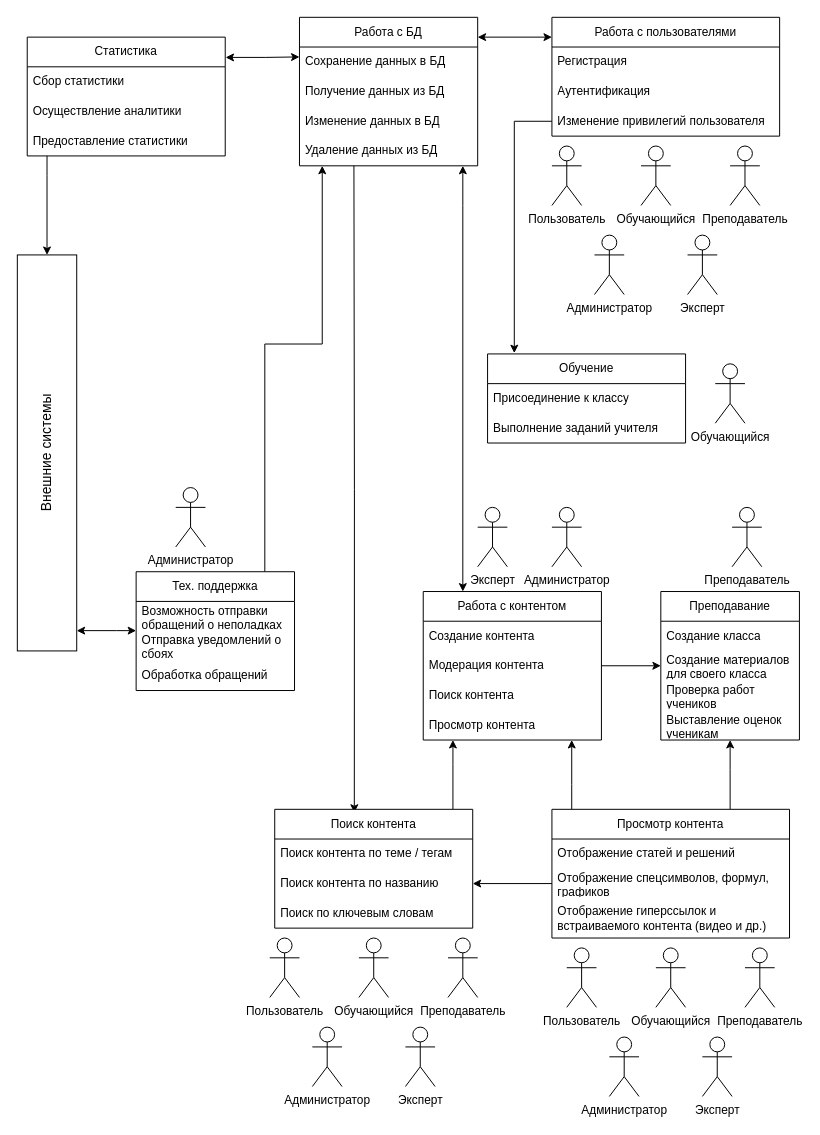
Above: ПИС_3_1.drawio in v-tempe/draw.io (draw.io), before the change. Source tidied: cells renumbered, new cells numbered last; positions are measured from the earlier drawing's top-left corner, leaving out a move shared by most shapes. Both pictures are drawn from the tidied source at 99%, with x=0, y=0 at pixel (-151, 17).
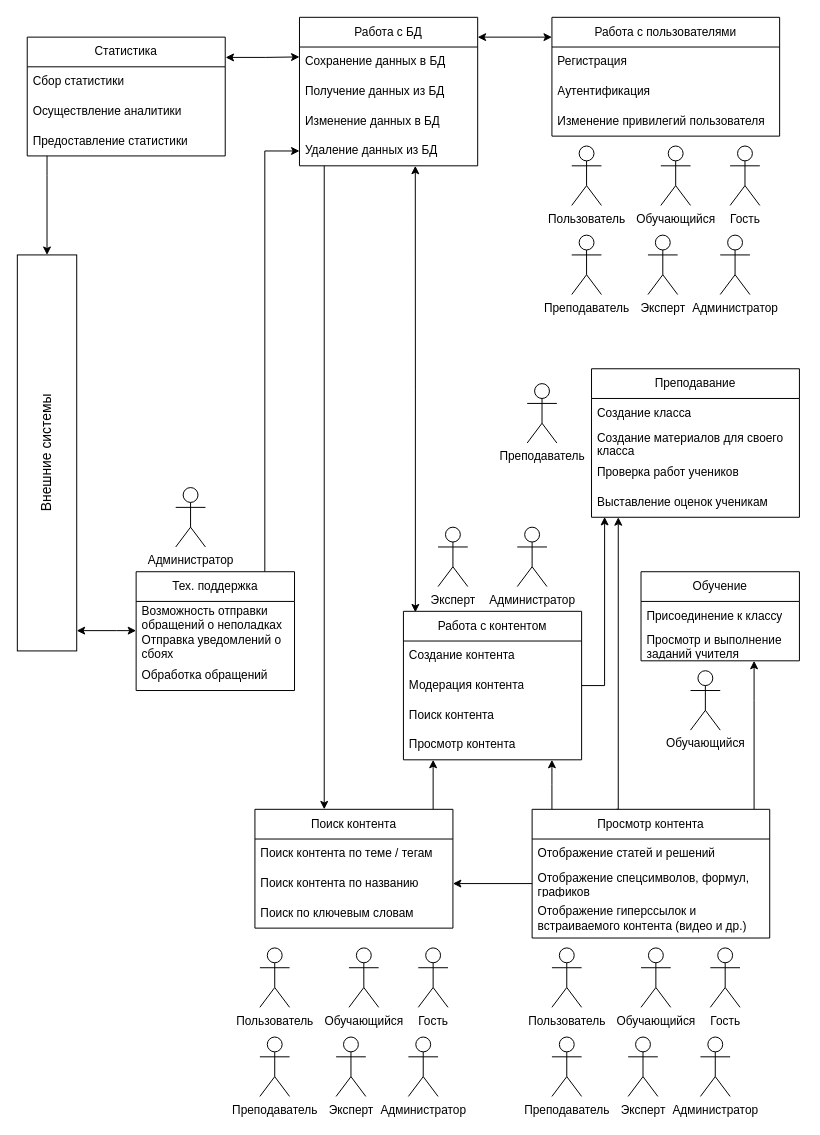
The same page after the edit.

Unchanged cells that the change refers to:
```xml
<mxCell id="14" value="Работа с БД" style="swimlane;fontStyle=0;horizontal=1;startSize=30;whiteSpace=wrap;html=1;" parent="1" vertex="1">
  <mxGeometry x="455" width="180" height="150" as="geometry" />
</mxCell>
<mxCell id="18" value="Удаление данных из БД" style="text;strokeColor=none;fillColor=none;align=left;verticalAlign=middle;spacingLeft=4;spacingRight=4;overflow=hidden;points=[[0,0.5],[1,0.5]];portConstraint=eastwest;whiteSpace=wrap;html=1;" parent="14" vertex="1">
  <mxGeometry y="120" width="180" height="30" as="geometry" />
</mxCell>
<mxCell id="22" value="Модерация контента" style="text;strokeColor=none;fillColor=none;align=left;verticalAlign=middle;spacingLeft=4;spacingRight=4;overflow=hidden;points=[[0,0.5],[1,0.5]];portConstraint=eastwest;whiteSpace=wrap;html=1;" parent="20" vertex="1">
  <mxGeometry y="60" width="180" height="30" as="geometry" />
</mxCell>
<mxCell id="34" value="Отображение спецсимволов, формул, графиков" style="text;strokeColor=none;fillColor=none;align=left;verticalAlign=middle;spacingLeft=4;spacingRight=4;overflow=hidden;points=[[0,0.5],[1,0.5]];portConstraint=eastwest;whiteSpace=wrap;html=1;" parent="32" vertex="1">
  <mxGeometry y="60" width="240" height="30" as="geometry" />
</mxCell>
<mxCell id="39" value="Изменение привилегий пользователя" style="text;strokeColor=none;fillColor=none;align=left;verticalAlign=middle;spacingLeft=4;spacingRight=4;overflow=hidden;points=[[0,0.5],[1,0.5]];portConstraint=eastwest;whiteSpace=wrap;html=1;" parent="36" vertex="1">
  <mxGeometry y="90" width="230" height="30" as="geometry" />
</mxCell>
```

Diff of the diagram source:
```diff
@@
     <mxCell id="2" value="Администратор" style="shape=umlActor;verticalLabelPosition=bottom;verticalAlign=top;html=1;" parent="1" vertex="1">
-      <mxGeometry x="710" y="495" width="30" height="60" as="geometry" />
+      <mxGeometry x="675" y="515" width="30" height="60" as="geometry" />
     </mxCell>
     <mxCell id="3" value="Эксперт" style="shape=umlActor;verticalLabelPosition=bottom;verticalAlign=top;html=1;" parent="1" vertex="1">
-      <mxGeometry x="635" y="495" width="30" height="60" as="geometry" />
+      <mxGeometry x="595" y="515" width="30" height="60" as="geometry" />
     </mxCell>
-    <mxCell id="4" value="Преподаватель" style="shape=umlActor;verticalLabelPosition=bottom;verticalAlign=top;html=1;" parent="1" vertex="1">
-      <mxGeometry x="905" y="940" width="30" height="60" as="geometry" />
-    </mxCell>
-    <mxCell id="5" value="Обучающийся" style="shape=umlActor;verticalLabelPosition=bottom;verticalAlign=top;html=1;" parent="1" vertex="1">
-      <mxGeometry x="815" y="940" width="30" height="60" as="geometry" />
-    </mxCell>
-    <mxCell id="6" value="Пользователь" style="shape=umlActor;verticalLabelPosition=bottom;verticalAlign=top;html=1;" parent="1" vertex="1">
-      <mxGeometry x="725" y="940" width="30" height="60" as="geometry" />
-    </mxCell>
@@
-    <mxCell id="8" style="edgeStyle=orthogonalEdgeStyle;rounded=0;orthogonalLoop=1;jettySize=auto;html=1;exitX=0.75;exitY=0;exitDx=0;exitDy=0;" parent="1" edge="1">
+    <mxCell id="8" style="edgeStyle=orthogonalEdgeStyle;rounded=0;jettySize=auto;html=1;exitX=0.75;exitY=0;exitDx=0;exitDy=0;entryX=0;entryY=0.5;entryDx=0;entryDy=0;" parent="1" edge="1" target="18">
       <mxGeometry relative="1" as="geometry">
         <mxPoint x="420" y="560" as="sourcePoint" />
-        <mxPoint x="478" y="150" as="targetPoint" />
         <Array as="points">
-          <mxPoint x="420" y="330" />
-          <mxPoint x="478" y="330" />
+          <mxPoint x="420" y="135" />
         </Array>
       </mxGeometry>
     </mxCell>
@@
-    <mxCell id="13" style="edgeStyle=orthogonalEdgeStyle;rounded=0;orthogonalLoop=1;jettySize=auto;html=1;entryX=0.602;entryY=0.028;entryDx=0;entryDy=0;entryPerimeter=0;" parent="1" edge="1">
+    <mxCell id="13" style="edgeStyle=orthogonalEdgeStyle;rounded=0;jettySize=auto;html=1;" parent="1" edge="1" target="26">
       <mxGeometry relative="1" as="geometry">
-        <mxPoint x="510" y="150" as="sourcePoint" />
-        <mxPoint x="510.4" y="803.4" as="targetPoint" />
+        <mxPoint x="480" y="150" as="sourcePoint" />
+        <Array as="points">
+          <mxPoint x="480" y="630" />
+          <mxPoint x="480" y="630" />
+        </Array>
       </mxGeometry>
     </mxCell>
@@
-    <mxCell id="19" style="edgeStyle=orthogonalEdgeStyle;rounded=0;jettySize=auto;html=1;startArrow=classic;startFill=1;" parent="1" edge="1" source="20" target="14">
+    <mxCell id="19" style="edgeStyle=orthogonalEdgeStyle;rounded=0;jettySize=auto;html=1;startArrow=classic;startFill=1;exitX=0.067;exitY=0.007;exitDx=0;exitDy=0;exitPerimeter=0;" parent="1" edge="1" source="20">
       <mxGeometry relative="1" as="geometry">
-        <Array as="points">
-          <mxPoint x="620" y="190" />
-          <mxPoint x="620" y="190" />
-        </Array>
+        <mxPoint x="572" y="150" as="targetPoint" />
       </mxGeometry>
     </mxCell>
     <mxCell id="20" value="Работа с контентом" style="swimlane;fontStyle=0;horizontal=1;startSize=30;whiteSpace=wrap;html=1;" parent="1" vertex="1">
-      <mxGeometry x="580" y="580" width="180" height="150" as="geometry" />
+      <mxGeometry x="560" y="600" width="180" height="150" as="geometry" />
     </mxCell>
@@
     <mxCell id="25" style="edgeStyle=orthogonalEdgeStyle;rounded=0;jettySize=auto;html=1;" parent="1" edge="1" source="26" target="20">
       <mxGeometry relative="1" as="geometry">
         <Array as="points">
-          <mxPoint x="610" y="755" />
-          <mxPoint x="610" y="755" />
+          <mxPoint x="590" y="755" />
+          <mxPoint x="590" y="755" />
         </Array>
       </mxGeometry>
     </mxCell>
     <mxCell id="26" value="Поиск контента" style="swimlane;fontStyle=0;horizontal=1;startSize=30;whiteSpace=wrap;html=1;" parent="1" vertex="1">
-      <mxGeometry x="430" y="800" width="200" height="120" as="geometry" />
+      <mxGeometry x="410" y="800" width="200" height="120" as="geometry" />
     </mxCell>
@@
     <mxCell id="30" style="edgeStyle=orthogonalEdgeStyle;rounded=0;jettySize=auto;html=1;" parent="1" edge="1" source="32" target="20">
       <mxGeometry relative="1" as="geometry">
         <Array as="points">
-          <mxPoint x="730" y="775" />
-          <mxPoint x="730" y="775" />
+          <mxPoint x="710" y="775" />
+          <mxPoint x="710" y="775" />
         </Array>
       </mxGeometry>
     </mxCell>
-    <mxCell id="31" style="edgeStyle=orthogonalEdgeStyle;rounded=0;jettySize=auto;html=1;exitX=0.75;exitY=0;exitDx=0;exitDy=0;" parent="1" edge="1" source="32" target="65">
-      <mxGeometry relative="1" as="geometry">
-        <Array as="points">
-          <mxPoint x="890" y="760" />
-          <mxPoint x="890" y="760" />
-        </Array>
-      </mxGeometry>
-    </mxCell>
+    <mxCell id="74" style="edgeStyle=orthogonalEdgeStyle;rounded=0;orthogonalLoop=1;jettySize=auto;html=1;exitX=0.25;exitY=0;exitDx=0;exitDy=0;" parent="1" edge="1">
+      <mxGeometry relative="1" as="geometry">
+        <mxPoint x="775" y="800" as="sourcePoint" />
+        <mxPoint x="777" y="505" as="targetPoint" />
+        <Array as="points">
+          <mxPoint x="777" y="800" />
+        </Array>
+      </mxGeometry>
+    </mxCell>
+    <mxCell id="75" style="edgeStyle=orthogonalEdgeStyle;rounded=0;jettySize=auto;html=1;exitX=0.75;exitY=0;exitDx=0;exitDy=0;" parent="1" edge="1" target="62">
+      <mxGeometry relative="1" as="geometry">
+        <mxPoint x="914.2" y="800" as="sourcePoint" />
+        <Array as="points">
+          <mxPoint x="914" y="690" />
+          <mxPoint x="914" y="690" />
+        </Array>
+      </mxGeometry>
+    </mxCell>
     <mxCell id="32" value="Просмотр контента" style="swimlane;fontStyle=0;horizontal=1;startSize=30;whiteSpace=wrap;html=1;" parent="1" vertex="1">
-      <mxGeometry x="710" y="800" width="240" height="130" as="geometry" />
+      <mxGeometry x="690" y="800" width="240" height="130" as="geometry" />
     </mxCell>
@@
     <mxCell id="47" style="edgeStyle=orthogonalEdgeStyle;rounded=0;jettySize=auto;html=1;" parent="1" edge="1" source="34" target="26">
       <mxGeometry relative="1" as="geometry">
         <Array as="points">
-          <mxPoint x="560" y="865" />
-          <mxPoint x="560" y="865" />
+          <mxPoint x="540" y="865" />
+          <mxPoint x="540" y="865" />
         </Array>
       </mxGeometry>
     </mxCell>
-    <mxCell id="48" value="Преподаватель" style="shape=umlActor;verticalLabelPosition=bottom;verticalAlign=top;html=1;" parent="1" vertex="1">
-      <mxGeometry x="605" y="930" width="30" height="60" as="geometry" />
-    </mxCell>
-    <mxCell id="49" value="Обучающийся" style="shape=umlActor;verticalLabelPosition=bottom;verticalAlign=top;html=1;" parent="1" vertex="1">
-      <mxGeometry x="515" y="930" width="30" height="60" as="geometry" />
-    </mxCell>
-    <mxCell id="50" value="Пользователь" style="shape=umlActor;verticalLabelPosition=bottom;verticalAlign=top;html=1;" parent="1" vertex="1">
-      <mxGeometry x="425" y="930" width="30" height="60" as="geometry" />
-    </mxCell>
@@
-    <mxCell id="52" value="Эксперт" style="shape=umlActor;verticalLabelPosition=bottom;verticalAlign=top;html=1;" parent="1" vertex="1">
-      <mxGeometry x="562" y="1020" width="30" height="60" as="geometry" />
-    </mxCell>
-    <mxCell id="53" value="Администратор" style="shape=umlActor;verticalLabelPosition=bottom;verticalAlign=top;html=1;" parent="1" vertex="1">
-      <mxGeometry x="468" y="1020" width="30" height="60" as="geometry" />
-    </mxCell>
-    <mxCell id="54" value="Эксперт" style="shape=umlActor;verticalLabelPosition=bottom;verticalAlign=top;html=1;" parent="1" vertex="1">
-      <mxGeometry x="862" y="1030" width="30" height="60" as="geometry" />
-    </mxCell>
-    <mxCell id="55" value="Администратор" style="shape=umlActor;verticalLabelPosition=bottom;verticalAlign=top;html=1;" parent="1" vertex="1">
-      <mxGeometry x="768" y="1030" width="30" height="60" as="geometry" />
-    </mxCell>
-    <mxCell id="56" value="Преподаватель" style="shape=umlActor;verticalLabelPosition=bottom;verticalAlign=top;html=1;" parent="1" vertex="1">
-      <mxGeometry x="890" y="130" width="30" height="60" as="geometry" />
-    </mxCell>
-    <mxCell id="57" value="Обучающийся" style="shape=umlActor;verticalLabelPosition=bottom;verticalAlign=top;html=1;" parent="1" vertex="1">
-      <mxGeometry x="800" y="130" width="30" height="60" as="geometry" />
-    </mxCell>
-    <mxCell id="58" value="Пользователь" style="shape=umlActor;verticalLabelPosition=bottom;verticalAlign=top;html=1;" parent="1" vertex="1">
-      <mxGeometry x="710" y="130" width="30" height="60" as="geometry" />
-    </mxCell>
-    <mxCell id="59" value="Эксперт" style="shape=umlActor;verticalLabelPosition=bottom;verticalAlign=top;html=1;" parent="1" vertex="1">
-      <mxGeometry x="847" y="220" width="30" height="60" as="geometry" />
-    </mxCell>
-    <mxCell id="60" value="Администратор" style="shape=umlActor;verticalLabelPosition=bottom;verticalAlign=top;html=1;" parent="1" vertex="1">
-      <mxGeometry x="753" y="220" width="30" height="60" as="geometry" />
-    </mxCell>
@@
     <mxCell id="62" value="Обучение" style="swimlane;fontStyle=0;horizontal=1;startSize=30;whiteSpace=wrap;html=1;" parent="1" vertex="1">
-      <mxGeometry x="645" y="340" width="200" height="90" as="geometry" />
+      <mxGeometry x="800" y="560" width="160" height="90" as="geometry" />
     </mxCell>
     <mxCell id="63" value="Присоединение к классу" style="text;strokeColor=none;fillColor=none;align=left;verticalAlign=middle;spacingLeft=4;spacingRight=4;overflow=hidden;whiteSpace=wrap;html=1;" parent="62" vertex="1">
-      <mxGeometry y="30" width="200" height="30" as="geometry" />
+      <mxGeometry y="30" width="160" height="30" as="geometry" />
     </mxCell>
-    <mxCell id="64" value="Выполнение заданий учителя" style="text;strokeColor=none;fillColor=none;align=left;verticalAlign=middle;spacingLeft=4;spacingRight=4;overflow=hidden;whiteSpace=wrap;html=1;" parent="62" vertex="1">
-      <mxGeometry y="60" width="200" height="30" as="geometry" />
+    <mxCell id="64" value="Просмотр и выполнение заданий учителя" style="text;strokeColor=none;fillColor=none;align=left;verticalAlign=middle;spacingLeft=4;spacingRight=4;overflow=hidden;whiteSpace=wrap;html=1;" parent="62" vertex="1">
+      <mxGeometry y="60" width="160" height="30" as="geometry" />
     </mxCell>
     <mxCell id="65" value="Преподавание" style="swimlane;fontStyle=0;horizontal=1;startSize=30;whiteSpace=wrap;html=1;" parent="1" vertex="1">
-      <mxGeometry x="820" y="580" width="140" height="150" as="geometry" />
+      <mxGeometry x="750" y="355" width="210" height="150" as="geometry" />
     </mxCell>
     <mxCell id="66" value="Создание класса" style="text;strokeColor=none;fillColor=none;align=left;verticalAlign=middle;spacingLeft=4;spacingRight=4;overflow=hidden;whiteSpace=wrap;html=1;" parent="65" vertex="1">
-      <mxGeometry y="30" width="140" height="30" as="geometry" />
+      <mxGeometry y="30" width="210" height="30" as="geometry" />
     </mxCell>
     <mxCell id="67" value="Создание материалов для своего класса" style="text;strokeColor=none;fillColor=none;align=left;verticalAlign=middle;spacingLeft=4;spacingRight=4;overflow=hidden;points=[[0,0.5],[1,0.5]];portConstraint=eastwest;whiteSpace=wrap;html=1;" parent="65" vertex="1">
-      <mxGeometry y="60" width="140" height="30" as="geometry" />
+      <mxGeometry y="60" width="210" height="30" as="geometry" />
     </mxCell>
     <mxCell id="68" value="Проверка работ учеников" style="text;strokeColor=none;fillColor=none;align=left;verticalAlign=middle;spacingLeft=4;spacingRight=4;overflow=hidden;whiteSpace=wrap;html=1;" parent="65" vertex="1">
-      <mxGeometry y="90" width="140" height="30" as="geometry" />
+      <mxGeometry y="90" width="210" height="30" as="geometry" />
     </mxCell>
     <mxCell id="69" value="Выставление оценок ученикам" style="text;strokeColor=none;fillColor=none;align=left;verticalAlign=middle;spacingLeft=4;spacingRight=4;overflow=hidden;points=[[0,0.5],[1,0.5]];portConstraint=eastwest;whiteSpace=wrap;html=1;" parent="65" vertex="1">
-      <mxGeometry y="120" width="140" height="30" as="geometry" />
+      <mxGeometry y="120" width="210" height="30" as="geometry" />
     </mxCell>
     <mxCell id="70" value="Обучающийся" style="shape=umlActor;verticalLabelPosition=bottom;verticalAlign=top;html=1;" parent="1" vertex="1">
-      <mxGeometry x="875" y="350" width="30" height="60" as="geometry" />
+      <mxGeometry x="850" y="660" width="30" height="60" as="geometry" />
     </mxCell>
     <mxCell id="71" value="Преподаватель" style="shape=umlActor;verticalLabelPosition=bottom;verticalAlign=top;html=1;" parent="1" vertex="1">
-      <mxGeometry x="892" y="495" width="30" height="60" as="geometry" />
+      <mxGeometry x="685" y="370" width="30" height="60" as="geometry" />
     </mxCell>
-    <mxCell id="72" style="edgeStyle=orthogonalEdgeStyle;rounded=0;jettySize=auto;html=1;exitX=0;exitY=0.5;exitDx=0;exitDy=0;entryX=0.135;entryY=-0.009;entryDx=0;entryDy=0;entryPerimeter=0;" parent="1" edge="1" source="39" target="62">
-      <mxGeometry relative="1" as="geometry" />
-    </mxCell>
-    <mxCell id="73" style="edgeStyle=orthogonalEdgeStyle;rounded=0;jettySize=auto;html=1;exitX=1;exitY=0.5;exitDx=0;exitDy=0;entryX=0;entryY=0.5;entryDx=0;entryDy=0;" parent="1" edge="1" source="22" target="67">
-      <mxGeometry relative="1" as="geometry" />
-    </mxCell>
+    <mxCell id="76" style="edgeStyle=orthogonalEdgeStyle;rounded=0;jettySize=auto;html=1;exitX=1;exitY=0.5;exitDx=0;exitDy=0;entryX=0.063;entryY=0.989;entryDx=0;entryDy=0;entryPerimeter=0;" parent="1" edge="1" source="22" target="69">
+      <mxGeometry relative="1" as="geometry" />
+    </mxCell>
+    <mxCell id="77" value="Преподаватель" style="shape=umlActor;verticalLabelPosition=bottom;verticalAlign=top;html=1;" parent="1" vertex="1">
+      <mxGeometry x="415" y="1030" width="30" height="60" as="geometry" />
+    </mxCell>
+    <mxCell id="78" value="Обучающийся" style="shape=umlActor;verticalLabelPosition=bottom;verticalAlign=top;html=1;" parent="1" vertex="1">
+      <mxGeometry x="505" y="940" width="30" height="60" as="geometry" />
+    </mxCell>
+    <mxCell id="79" value="Пользователь" style="shape=umlActor;verticalLabelPosition=bottom;verticalAlign=top;html=1;" parent="1" vertex="1">
+      <mxGeometry x="415" y="940" width="30" height="60" as="geometry" />
+    </mxCell>
+    <mxCell id="80" value="Эксперт" style="shape=umlActor;verticalLabelPosition=bottom;verticalAlign=top;html=1;" parent="1" vertex="1">
+      <mxGeometry x="492" y="1030" width="30" height="60" as="geometry" />
+    </mxCell>
+    <mxCell id="81" value="Администратор" style="shape=umlActor;verticalLabelPosition=bottom;verticalAlign=top;html=1;" parent="1" vertex="1">
+      <mxGeometry x="565" y="1030" width="30" height="60" as="geometry" />
+    </mxCell>
+    <mxCell id="82" value="Гость" style="shape=umlActor;verticalLabelPosition=bottom;verticalAlign=top;html=1;" parent="1" vertex="1">
+      <mxGeometry x="575" y="940" width="30" height="60" as="geometry" />
+    </mxCell>
+    <mxCell id="83" value="Преподаватель" style="shape=umlActor;verticalLabelPosition=bottom;verticalAlign=top;html=1;" parent="1" vertex="1">
+      <mxGeometry x="710" y="1030" width="30" height="60" as="geometry" />
+    </mxCell>
+    <mxCell id="84" value="Обучающийся" style="shape=umlActor;verticalLabelPosition=bottom;verticalAlign=top;html=1;" parent="1" vertex="1">
+      <mxGeometry x="800" y="940" width="30" height="60" as="geometry" />
+    </mxCell>
+    <mxCell id="85" value="Пользователь" style="shape=umlActor;verticalLabelPosition=bottom;verticalAlign=top;html=1;" parent="1" vertex="1">
+      <mxGeometry x="710" y="940" width="30" height="60" as="geometry" />
+    </mxCell>
+    <mxCell id="86" value="Эксперт" style="shape=umlActor;verticalLabelPosition=bottom;verticalAlign=top;html=1;" parent="1" vertex="1">
+      <mxGeometry x="787" y="1030" width="30" height="60" as="geometry" />
+    </mxCell>
+    <mxCell id="87" value="Администратор" style="shape=umlActor;verticalLabelPosition=bottom;verticalAlign=top;html=1;" parent="1" vertex="1">
+      <mxGeometry x="860" y="1030" width="30" height="60" as="geometry" />
+    </mxCell>
+    <mxCell id="88" value="Гость" style="shape=umlActor;verticalLabelPosition=bottom;verticalAlign=top;html=1;" parent="1" vertex="1">
+      <mxGeometry x="870" y="940" width="30" height="60" as="geometry" />
+    </mxCell>
+    <mxCell id="89" value="Преподаватель" style="shape=umlActor;verticalLabelPosition=bottom;verticalAlign=top;html=1;" parent="1" vertex="1">
+      <mxGeometry x="730" y="220" width="30" height="60" as="geometry" />
+    </mxCell>
+    <mxCell id="90" value="Обучающийся" style="shape=umlActor;verticalLabelPosition=bottom;verticalAlign=top;html=1;" parent="1" vertex="1">
+      <mxGeometry x="820" y="130" width="30" height="60" as="geometry" />
+    </mxCell>
+    <mxCell id="91" value="Пользователь" style="shape=umlActor;verticalLabelPosition=bottom;verticalAlign=top;html=1;" parent="1" vertex="1">
+      <mxGeometry x="730" y="130" width="30" height="60" as="geometry" />
+    </mxCell>
+    <mxCell id="92" value="Эксперт" style="shape=umlActor;verticalLabelPosition=bottom;verticalAlign=top;html=1;" parent="1" vertex="1">
+      <mxGeometry x="807" y="220" width="30" height="60" as="geometry" />
+    </mxCell>
+    <mxCell id="93" value="Администратор" style="shape=umlActor;verticalLabelPosition=bottom;verticalAlign=top;html=1;" parent="1" vertex="1">
+      <mxGeometry x="880" y="220" width="30" height="60" as="geometry" />
+    </mxCell>
+    <mxCell id="94" value="Гость" style="shape=umlActor;verticalLabelPosition=bottom;verticalAlign=top;html=1;" parent="1" vertex="1">
+      <mxGeometry x="890" y="130" width="30" height="60" as="geometry" />
+    </mxCell>
```
